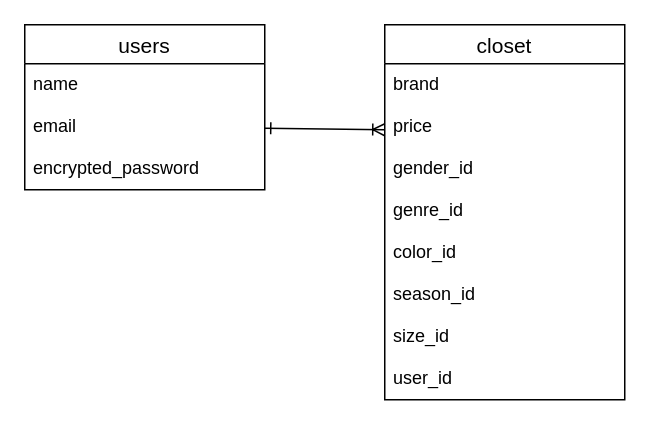
Tsukumo290/app-38322 keeps this draw.io diagram as ER.dio. Above is the earlier version. Source tidied: cells renumbered, new cells numbered last; positions are measured from the earlier drawing's top-left corner, leaving out a move shared by most shapes. Both pictures are drawn from the tidied source at 150%, with x=0, y=0 at pixel (24, 24).
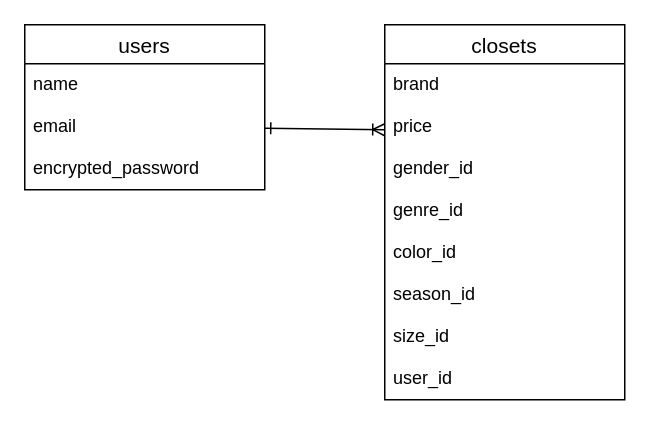
After the change.

Diff of the diagram source:
```diff
@@
 <mxGraphModel>
   <root>
     <mxCell id="0" />
     <mxCell id="1" parent="0" />
     <mxCell id="2" value="users" style="swimlane;fontStyle=0;horizontal=1;startSize=26;align=center;fontSize=14;" parent="1" vertex="1">
       <mxGeometry width="160" height="110" as="geometry" />
     </mxCell>
     <mxCell id="3" value="name&#10;&#10;email&#10;&#10;encrypted_password" style="text;strokeColor=none;fillColor=none;spacingLeft=4;spacingRight=4;overflow=hidden;points=[[0,0.5],[1,0.5]];portConstraint=eastwest;fontSize=12;" parent="2" vertex="1">
       <mxGeometry y="26" width="160" height="84" as="geometry" />
     </mxCell>
-    <mxCell id="4" value="closet" style="swimlane;fontStyle=0;horizontal=1;startSize=26;align=center;fontSize=14;" parent="1" vertex="1">
+    <mxCell id="4" value="closets" style="swimlane;fontStyle=0;horizontal=1;startSize=26;align=center;fontSize=14;" parent="1" vertex="1">
       <mxGeometry x="240" width="160" height="250" as="geometry" />
     </mxCell>
     <mxCell id="5" value="brand&#10;&#10;price&#10;&#10;gender_id&#10;&#10;genre_id&#10;&#10;color_id&#10;&#10;season_id&#10;&#10;size_id&#10;&#10;user_id" style="text;strokeColor=none;fillColor=none;spacingLeft=4;spacingRight=4;overflow=hidden;fontSize=12;" parent="4" vertex="1">
       <mxGeometry y="26" width="160" height="224" as="geometry" />
     </mxCell>
     <mxCell id="6" style="edgeStyle=none;html=1;startArrow=ERone;startFill=0;endArrow=ERoneToMany;endFill=0;" parent="1" edge="1" source="3">
       <mxGeometry relative="1" as="geometry">
         <mxPoint x="240" y="70" as="targetPoint" />
       </mxGeometry>
     </mxCell>
   </root>
 </mxGraphModel>
```
